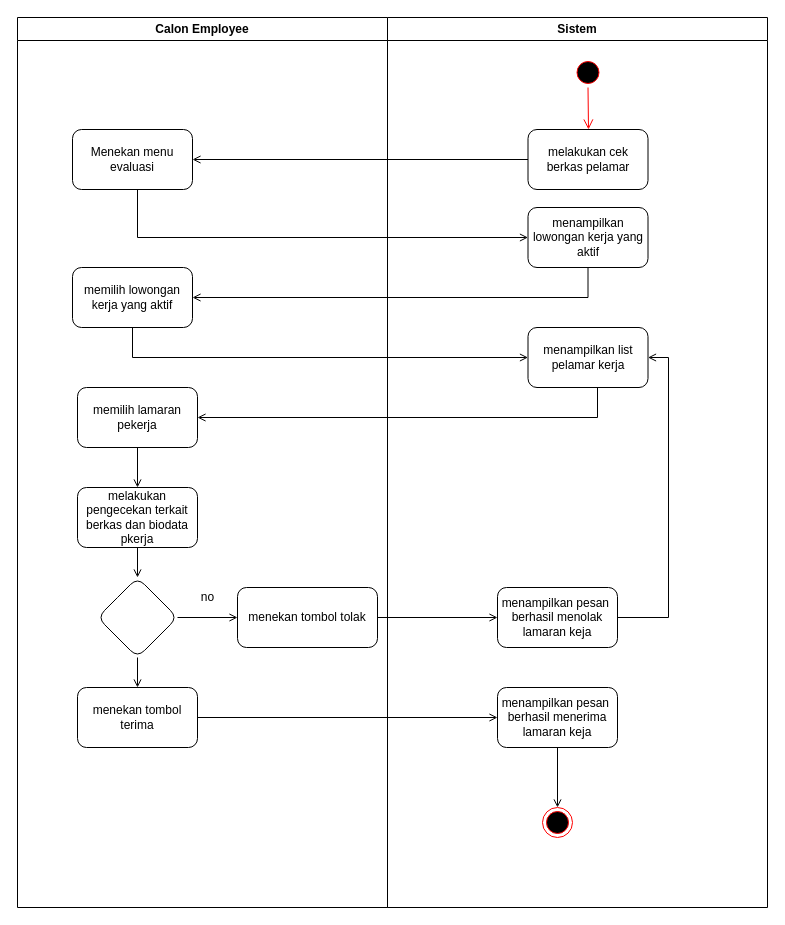
The draw.io diagram Activity Diagram review data employee.drawio in Tijan01/UAS_APPL, before the edit. Source tidied: cells renumbered, new cells numbered last; positions are measured from the earlier drawing's top-left corner, leaving out a move shared by most shapes. Both pictures are drawn from the tidied source at 100%, with x=0, y=0 at pixel (17, 17).
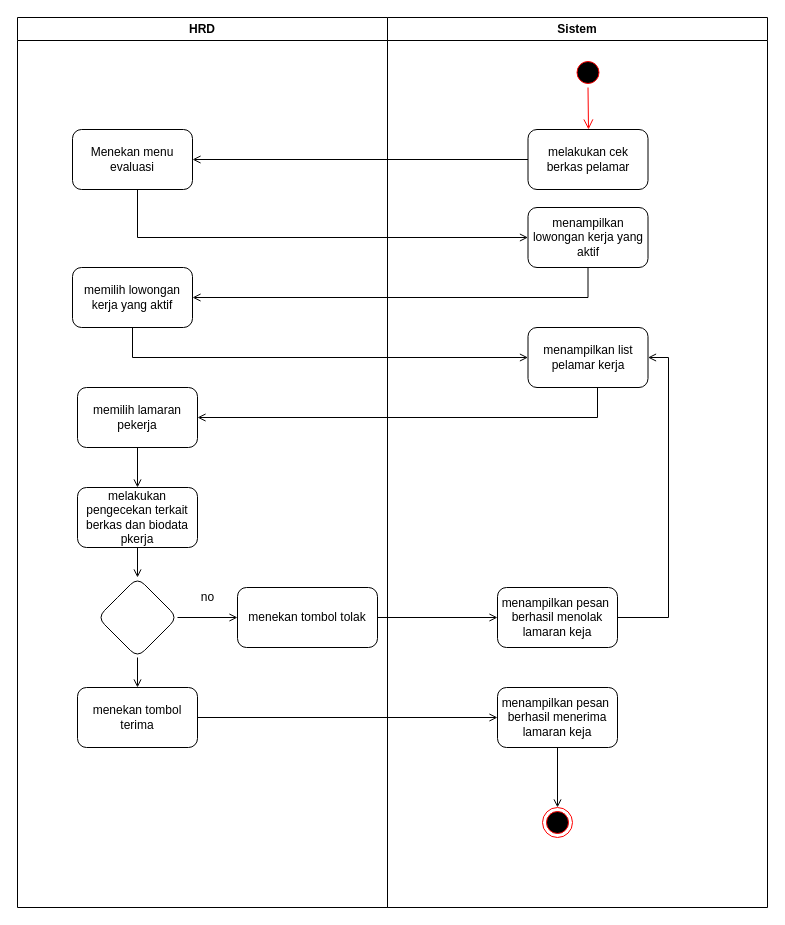
The same page after the edit.

Diff of the diagram source:
```diff
@@
-    <mxCell id="2" value="Calon Employee" style="swimlane;whiteSpace=wrap;startSize=23;" parent="1" vertex="1">
+    <mxCell id="2" value="HRD" style="swimlane;whiteSpace=wrap;startSize=23;" parent="1" vertex="1">
       <mxGeometry width="370" height="890" as="geometry" />
     </mxCell>
```
